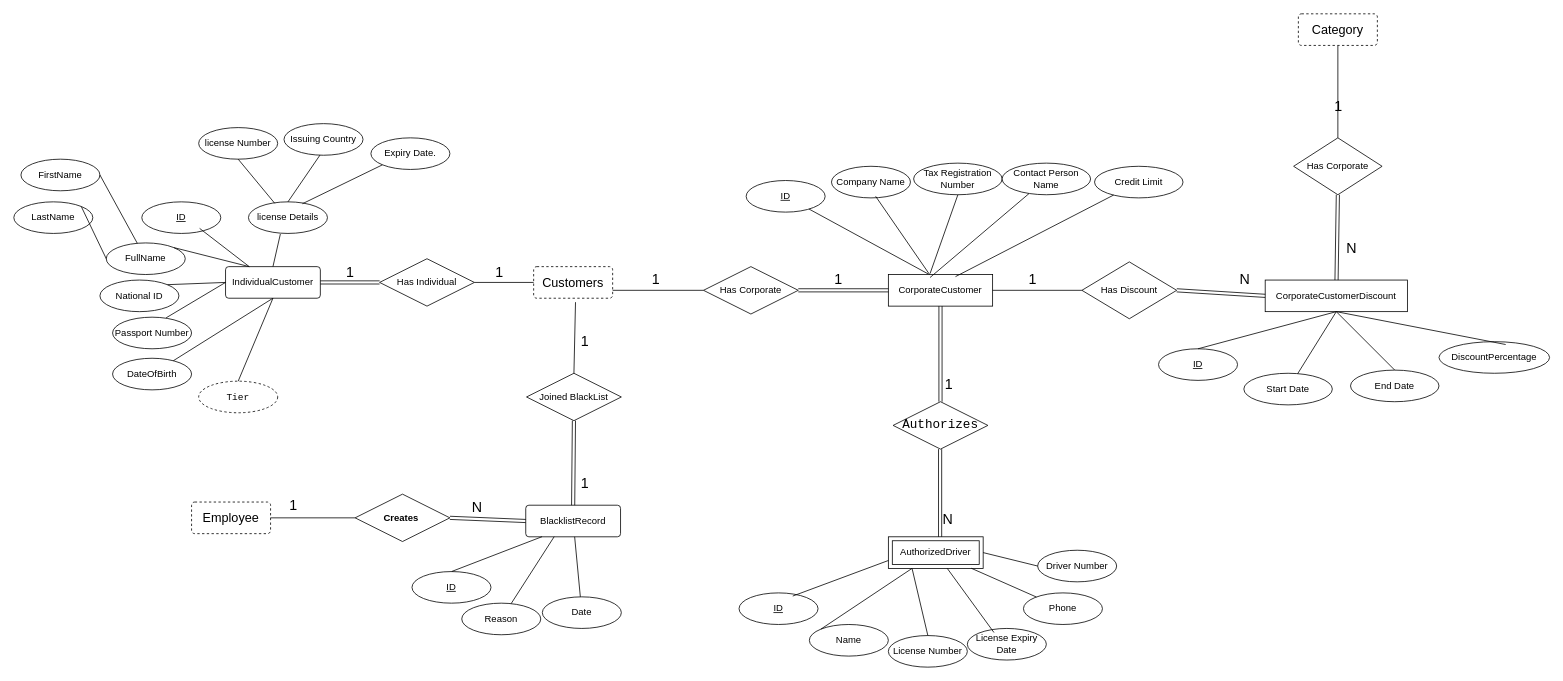
Before: page "1-ERD-3-Customers" (3 of 14) of DriveNow.drawio in ahmed7wael/ahmed7wael-Database-Assignment-1, a draw.io diagram. Source tidied: cells renumbered, new cells numbered last; positions are measured from the earlier drawing's top-left corner, leaving out a move shared by most shapes. Both pictures are drawn from the tidied source at 79%, with x=0, y=0 at pixel (13, 13).
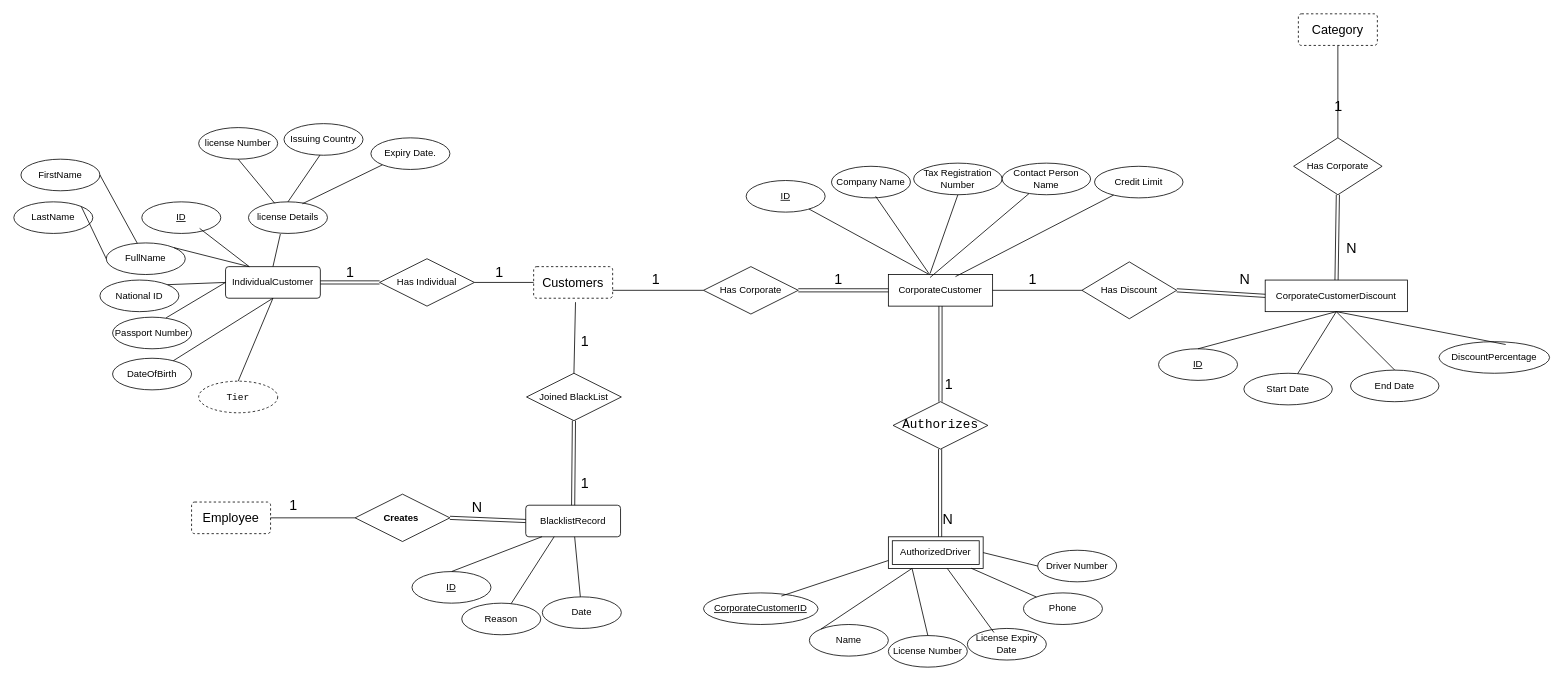
Above is the later version.

The edit, as a diff of the source:
```diff
@@
-    <mxCell id="81" value="ID" style="ellipse;whiteSpace=wrap;html=1;align=center;fontStyle=4;fontColor=light-dark(#000000,#FF3333);" parent="1" vertex="1">
-      <mxGeometry x="918" y="733" width="100" height="40" as="geometry" />
+    <mxCell id="81" value="CorporateCustomerID" style="ellipse;whiteSpace=wrap;html=1;align=center;fontStyle=4;fontColor=light-dark(#000000,#FF3333);" parent="1" vertex="1">
+      <mxGeometry x="873" y="733" width="145" height="40" as="geometry" />
     </mxCell>
```
